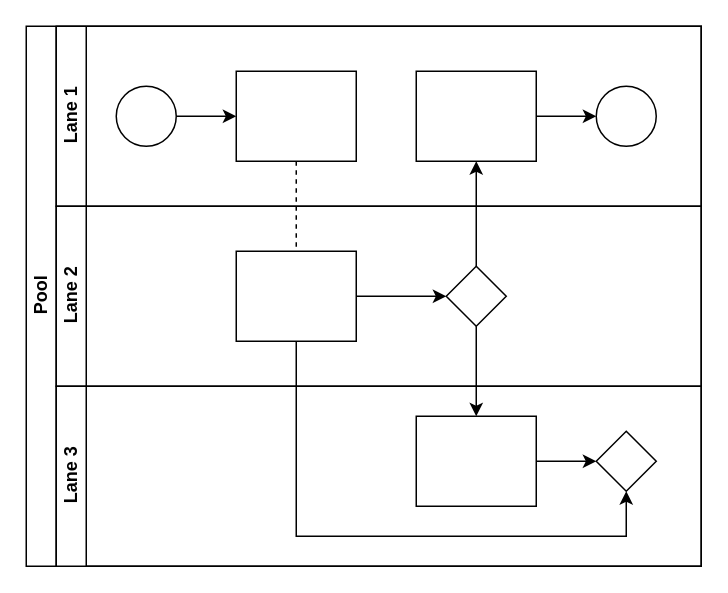
Earlier version of the draw.io diagram Untitled Diagram.drawio (chenpenga/996). Source tidied: cells renumbered, new cells numbered last; positions are measured from the earlier drawing's top-left corner, leaving out a move shared by most shapes. Both pictures are drawn from the tidied source at 150%, with x=0, y=0 at pixel (26, 26).
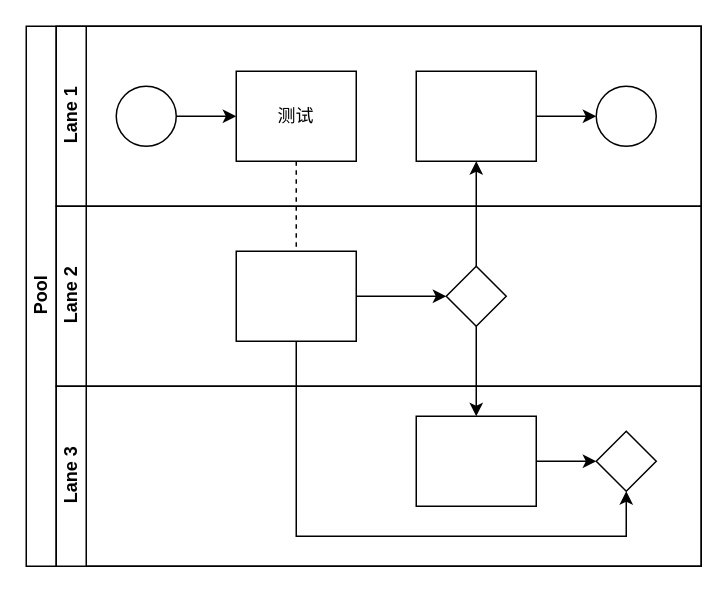
The same page after the edit.

Unchanged cells that the change refers to:
```xml
<mxCell id="7" value="Lane 1" style="swimlane;html=1;startSize=20;horizontal=0;" parent="2" vertex="1">
  <mxGeometry x="20" width="430" height="120" as="geometry" />
</mxCell>
```

What changed in the source:
```diff
@@
-    <mxCell id="10" style="rounded=0;whiteSpace=wrap;html=1;fontFamily=Helvetica;fontSize=12;fontColor=#000000;align=center;" parent="7" vertex="1">
+    <mxCell id="10" value="测试" style="rounded=0;whiteSpace=wrap;html=1;fontFamily=Helvetica;fontSize=12;fontColor=#000000;align=center;" parent="7" vertex="1">
       <mxGeometry x="120" y="30" width="80" height="60" as="geometry" />
     </mxCell>
```
